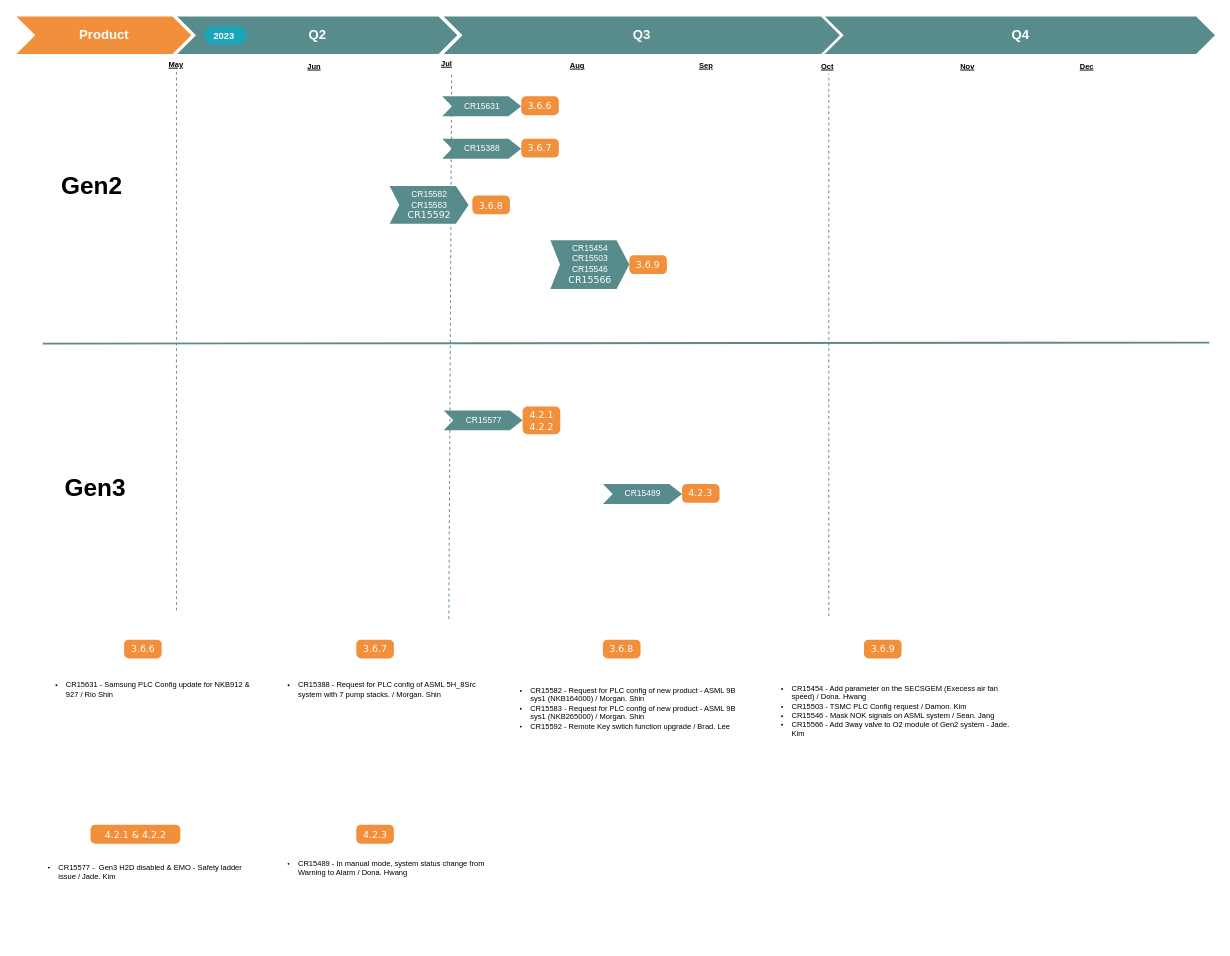
Before: page "EUV Legacy" (3 of 8) of 0.Project Roadmap.drawio in EdwardsKorea/CommonDrawIO, a draw.io diagram. Source tidied: cells renumbered, new cells numbered last; positions are measured from the earlier drawing's top-left corner, leaving out a move shared by most shapes. Both pictures are drawn from the tidied source at 94%, with x=0, y=0 at pixel (16, 16).
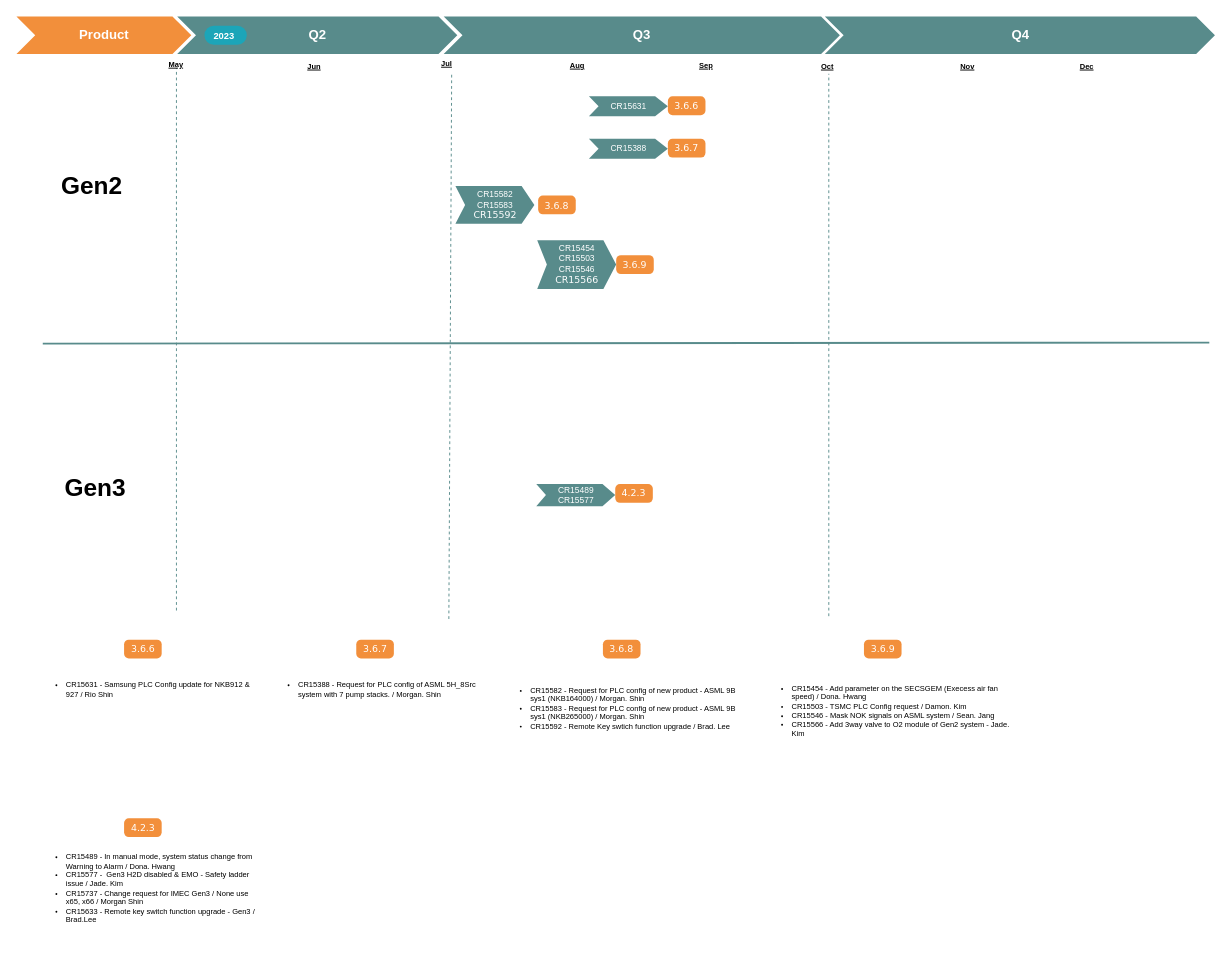
The same diagram, later.

What changed in the source:
```diff
@@
     <mxCell id="19" value="CR15582&lt;br&gt;CR15583&lt;br style=&quot;border-color: var(--border-color); font-family: Verdana; font-size: 10px;&quot;&gt;&lt;span style=&quot;font-family: Verdana; font-size: 10px;&quot;&gt;CR15592&lt;/span&gt;" style="html=1;shape=mxgraph.infographic.ribbonSimple;notch1=10.29;notch2=13.57;fillColor=#588b8b;strokeColor=none;align=center;verticalAlign=middle;fontColor=#ffffff;fontSize=9;fontStyle=0;rounded=0;" parent="1" vertex="1">
-      <mxGeometry x="397" y="180.4" width="84" height="40.2" as="geometry" />
+      <mxGeometry x="467" y="180.4" width="84" height="40.2" as="geometry" />
     </mxCell>
     <mxCell id="20" value="CR15454&lt;br&gt;CR15503&lt;br style=&quot;border-color: var(--border-color); font-family: Verdana; font-size: 10px;&quot;&gt;CR15546&lt;br&gt;&lt;span style=&quot;font-family: Verdana; font-size: 10px;&quot;&gt;CR15566&lt;/span&gt;&lt;span style=&quot;font-family: Verdana; font-size: 10px;&quot;&gt;&lt;br&gt;&lt;/span&gt;" style="html=1;shape=mxgraph.infographic.ribbonSimple;notch1=10.29;notch2=13.57;fillColor=#588b8b;strokeColor=none;align=center;verticalAlign=middle;fontColor=#ffffff;fontSize=9;fontStyle=0;rounded=0;flipV=1;" parent="1" vertex="1">
-      <mxGeometry x="568" y="238" width="84" height="52" as="geometry" />
+      <mxGeometry x="554" y="238" width="84" height="52" as="geometry" />
     </mxCell>
     <mxCell id="21" value="3.6.8" style="html=1;shadow=0;dashed=0;shape=mxgraph.bootstrap.rrect;rSize=5;strokeColor=none;strokeWidth=1;fillColor=#F28f3b;fontColor=#FFFFFF;whiteSpace=wrap;align=center;verticalAlign=middle;spacingLeft=0;fontStyle=0;fontSize=10;spacing=5;fontFamily=Verdana;labelBackgroundColor=none;" parent="1" vertex="1">
-      <mxGeometry x="485" y="190.5" width="40" height="20" as="geometry" />
+      <mxGeometry x="555" y="190.5" width="40" height="20" as="geometry" />
     </mxCell>
     <mxCell id="22" value="3.6.9" style="html=1;shadow=0;dashed=0;shape=mxgraph.bootstrap.rrect;rSize=5;strokeColor=none;strokeWidth=1;fillColor=#F28f3b;fontColor=#FFFFFF;whiteSpace=wrap;align=center;verticalAlign=middle;spacingLeft=0;fontStyle=0;fontSize=10;spacing=5;fontFamily=Verdana;labelBackgroundColor=none;" parent="1" vertex="1">
-      <mxGeometry x="652" y="254" width="40" height="20" as="geometry" />
+      <mxGeometry x="638" y="254" width="40" height="20" as="geometry" />
     </mxCell>
@@
     <mxCell id="25" value="CR15388" style="html=1;shape=mxgraph.infographic.ribbonSimple;notch1=10.29;notch2=13.57;fillColor=#588b8b;strokeColor=none;align=center;verticalAlign=middle;fontColor=#ffffff;fontSize=9;fontStyle=0;rounded=0;" parent="1" vertex="1">
-      <mxGeometry x="453" y="130.1" width="84" height="21.2" as="geometry" />
+      <mxGeometry x="609" y="130.1" width="84" height="21.2" as="geometry" />
     </mxCell>
     <mxCell id="26" value="3.6.7" style="html=1;shadow=0;dashed=0;shape=mxgraph.bootstrap.rrect;rSize=5;strokeColor=none;strokeWidth=1;fillColor=#F28f3b;fontColor=#FFFFFF;whiteSpace=wrap;align=center;verticalAlign=middle;spacingLeft=0;fontStyle=0;fontSize=10;spacing=5;fontFamily=Verdana;labelBackgroundColor=none;" parent="1" vertex="1">
-      <mxGeometry x="537" y="130.1" width="40" height="20" as="geometry" />
+      <mxGeometry x="693" y="130.1" width="40" height="20" as="geometry" />
     </mxCell>
-    <mxCell id="27" value="CR15489" style="html=1;shape=mxgraph.infographic.ribbonSimple;notch1=10.29;notch2=13.57;fillColor=#588b8b;strokeColor=none;align=center;verticalAlign=middle;fontColor=#ffffff;fontSize=9;fontStyle=0;rounded=0;" parent="1" vertex="1">
-      <mxGeometry x="624" y="497.4" width="84" height="21.2" as="geometry" />
+    <mxCell id="27" value="CR15489&lt;br&gt;CR15577" style="html=1;shape=mxgraph.infographic.ribbonSimple;notch1=10.29;notch2=13.57;fillColor=#588b8b;strokeColor=none;align=center;verticalAlign=middle;fontColor=#ffffff;fontSize=9;fontStyle=0;rounded=0;" parent="1" vertex="1">
+      <mxGeometry x="553" y="497.4" width="84" height="23.6" as="geometry" />
     </mxCell>
     <mxCell id="28" value="4.2.3" style="html=1;shadow=0;dashed=0;shape=mxgraph.bootstrap.rrect;rSize=5;strokeColor=none;strokeWidth=1;fillColor=#F28f3b;fontColor=#FFFFFF;whiteSpace=wrap;align=center;verticalAlign=middle;spacingLeft=0;fontStyle=0;fontSize=10;spacing=5;fontFamily=Verdana;labelBackgroundColor=none;" parent="1" vertex="1">
-      <mxGeometry x="708" y="497.4" width="40" height="20" as="geometry" />
+      <mxGeometry x="637" y="497.4" width="40" height="20" as="geometry" />
     </mxCell>
-    <mxCell id="29" value="CR15577" style="html=1;shape=mxgraph.infographic.ribbonSimple;notch1=10.29;notch2=13.57;fillColor=#588b8b;strokeColor=none;align=center;verticalAlign=middle;fontColor=#ffffff;fontSize=9;fontStyle=0;rounded=0;" parent="1" vertex="1">
-      <mxGeometry x="454.5" y="419.1" width="84" height="21.2" as="geometry" />
-    </mxCell>
-    <mxCell id="30" value="4.2.1&lt;br&gt;4.2.2" style="html=1;shadow=0;dashed=0;shape=mxgraph.bootstrap.rrect;rSize=5;strokeColor=none;strokeWidth=1;fillColor=#F28f3b;fontColor=#FFFFFF;whiteSpace=wrap;align=center;verticalAlign=middle;spacingLeft=0;fontStyle=0;fontSize=10;spacing=5;fontFamily=Verdana;labelBackgroundColor=none;" parent="1" vertex="1">
-      <mxGeometry x="538.5" y="415" width="40" height="29.4" as="geometry" />
-    </mxCell>
@@
-    <mxCell id="37" value="&lt;ul&gt;&lt;li&gt;CR15577 -&amp;nbsp; Gen3 H2D disabled &amp;amp; EMO - Safety ladder issue / Jade. Kim&lt;/li&gt;&lt;/ul&gt;" style="text;strokeColor=none;fillColor=none;html=1;whiteSpace=wrap;verticalAlign=middle;overflow=hidden;fontSize=8;fontFamily=Helvetica;fontColor=#000000;labelPosition=center;verticalLabelPosition=middle;align=left;" parent="1" vertex="1">
-      <mxGeometry x="3" y="887" width="247" height="45" as="geometry" />
-    </mxCell>
-    <mxCell id="38" value="4.2.1 &amp;amp; 4.2.2" style="html=1;shadow=0;dashed=0;shape=mxgraph.bootstrap.rrect;rSize=5;strokeColor=none;strokeWidth=1;fillColor=#F28f3b;fontColor=#FFFFFF;whiteSpace=wrap;align=center;verticalAlign=middle;spacingLeft=0;fontStyle=0;fontSize=10;spacing=5;fontFamily=Verdana;labelBackgroundColor=none;" parent="1" vertex="1">
-      <mxGeometry x="78.8" y="860" width="95.5" height="20" as="geometry" />
-    </mxCell>
-    <mxCell id="39" value="&lt;ul&gt;&lt;li style=&quot;border-color: var(--border-color);&quot;&gt;CR15489 - In manual mode, system status change from Warning to Alarm / Dona. Hwang&lt;/li&gt;&lt;/ul&gt;" style="text;strokeColor=none;fillColor=none;html=1;whiteSpace=wrap;verticalAlign=middle;overflow=hidden;fontSize=8;fontFamily=Helvetica;fontColor=#000000;labelPosition=center;verticalLabelPosition=middle;align=left;" parent="1" vertex="1">
-      <mxGeometry x="258" y="880" width="247" height="52" as="geometry" />
+    <mxCell id="39" value="&lt;ul&gt;&lt;li style=&quot;border-color: var(--border-color);&quot;&gt;CR15489 - In manual mode, system status change from Warning to Alarm / Dona. Hwang&lt;/li&gt;&lt;li style=&quot;border-color: var(--border-color);&quot;&gt;CR15577 -&amp;nbsp; Gen3 H2D disabled &amp;amp; EMO - Safety ladder issue / Jade. Kim&lt;/li&gt;&lt;li style=&quot;border-color: var(--border-color);&quot;&gt;CR15737 - Change request for IMEC Gen3 / None use x65, x66 / Morgan Shin&lt;/li&gt;&lt;li style=&quot;border-color: var(--border-color);&quot;&gt;CR15633 - Remote key switch function upgrade - Gen3 / Brad.Lee&lt;/li&gt;&lt;/ul&gt;" style="text;strokeColor=none;fillColor=none;html=1;whiteSpace=wrap;verticalAlign=middle;overflow=hidden;fontSize=8;fontFamily=Helvetica;fontColor=#000000;labelPosition=center;verticalLabelPosition=middle;align=left;" parent="1" vertex="1">
+      <mxGeometry x="11" y="873" width="247" height="110" as="geometry" />
     </mxCell>
     <mxCell id="40" value="4.2.3" style="html=1;shadow=0;dashed=0;shape=mxgraph.bootstrap.rrect;rSize=5;strokeColor=none;strokeWidth=1;fillColor=#F28f3b;fontColor=#FFFFFF;whiteSpace=wrap;align=center;verticalAlign=middle;spacingLeft=0;fontStyle=0;fontSize=10;spacing=5;fontFamily=Verdana;labelBackgroundColor=none;" parent="1" vertex="1">
-      <mxGeometry x="361.5" y="860" width="40" height="20" as="geometry" />
+      <mxGeometry x="114.5" y="853" width="40" height="20" as="geometry" />
     </mxCell>
     <mxCell id="41" value="CR15631" style="html=1;shape=mxgraph.infographic.ribbonSimple;notch1=10.29;notch2=13.57;fillColor=#588b8b;strokeColor=none;align=center;verticalAlign=middle;fontColor=#ffffff;fontSize=9;fontStyle=0;rounded=0;" parent="1" vertex="1">
-      <mxGeometry x="453" y="85" width="84" height="21.2" as="geometry" />
+      <mxGeometry x="609" y="85" width="84" height="21.2" as="geometry" />
     </mxCell>
     <mxCell id="42" value="3.6.6" style="html=1;shadow=0;dashed=0;shape=mxgraph.bootstrap.rrect;rSize=5;strokeColor=none;strokeWidth=1;fillColor=#F28f3b;fontColor=#FFFFFF;whiteSpace=wrap;align=center;verticalAlign=middle;spacingLeft=0;fontStyle=0;fontSize=10;spacing=5;fontFamily=Verdana;labelBackgroundColor=none;" parent="1" vertex="1">
-      <mxGeometry x="537" y="85" width="40" height="20" as="geometry" />
+      <mxGeometry x="693" y="85" width="40" height="20" as="geometry" />
     </mxCell>
```
